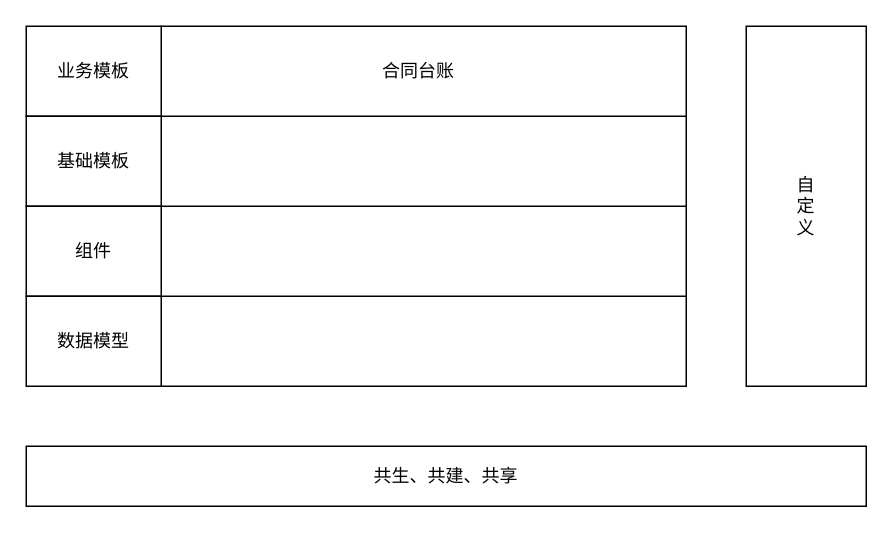
Before: 低——研究内容——生态市场.drawio in tangyaosimida/love, a draw.io diagram. Source tidied: cells renumbered, new cells numbered last; positions are measured from the earlier drawing's top-left corner, leaving out a move shared by most shapes. Both pictures are drawn from the tidied source at 150%, with x=0, y=0 at pixel (26, 26).
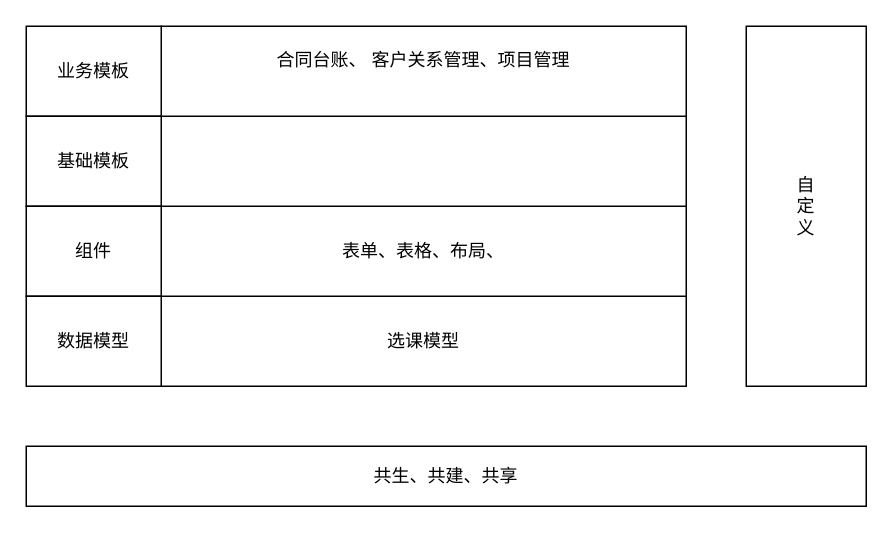
After the change.

Commit message (it also covers changes not shown here):
更新低——研究内容——生态市场.drawio

The edit, as a diff of the source:
```diff
@@
 <mxGraphModel>
   <root>
     <mxCell id="0" />
     <mxCell id="1" parent="0" />
-    <mxCell id="2" style="rounded=0;whiteSpace=wrap;html=1;" parent="1" vertex="1">
+    <mxCell id="2" value="选课模型" style="rounded=0;whiteSpace=wrap;html=1;" parent="1" vertex="1">
       <mxGeometry x="90" y="180" width="350" height="60" as="geometry" />
     </mxCell>
-    <mxCell id="3" style="rounded=0;whiteSpace=wrap;html=1;" parent="1" vertex="1">
+    <mxCell id="3" value="表单、表格、布局、" style="rounded=0;whiteSpace=wrap;html=1;" parent="1" vertex="1">
       <mxGeometry x="90" y="120" width="350" height="60" as="geometry" />
     </mxCell>
     <mxCell id="4" style="rounded=0;whiteSpace=wrap;html=1;" parent="1" vertex="1">
       <mxGeometry x="90" y="60" width="350" height="60" as="geometry" />
     </mxCell>
-    <mxCell id="5" value="合同台账&amp;nbsp;&amp;nbsp;" style="rounded=0;whiteSpace=wrap;html=1;" parent="1" vertex="1">
+    <mxCell id="5" value="合同台账、 客户关系管理、项目管理&lt;div&gt;&lt;span style=&quot;background-color: initial;&quot;&gt;&amp;nbsp;&amp;nbsp;&lt;/span&gt;&lt;/div&gt;" style="rounded=0;whiteSpace=wrap;html=1;" parent="1" vertex="1">
       <mxGeometry x="90" width="350" height="60" as="geometry" />
     </mxCell>
     <mxCell id="6" value="自&lt;div&gt;定&lt;/div&gt;&lt;div&gt;义&lt;/div&gt;" style="rounded=0;whiteSpace=wrap;html=1;" parent="1" vertex="1">
       <mxGeometry x="480" width="80" height="240" as="geometry" />
     </mxCell>
     <mxCell id="7" value="共生、共建、共享" style="rounded=0;whiteSpace=wrap;html=1;" parent="1" vertex="1">
       <mxGeometry y="280" width="560" height="40" as="geometry" />
     </mxCell>
     <mxCell id="8" value="业务模板" style="rounded=0;whiteSpace=wrap;html=1;" parent="1" vertex="1">
       <mxGeometry width="90" height="60" as="geometry" />
     </mxCell>
     <mxCell id="9" value="基础模板" style="rounded=0;whiteSpace=wrap;html=1;" parent="1" vertex="1">
       <mxGeometry y="60" width="90" height="60" as="geometry" />
     </mxCell>
     <mxCell id="10" value="组件" style="rounded=0;whiteSpace=wrap;html=1;" parent="1" vertex="1">
       <mxGeometry y="120" width="90" height="60" as="geometry" />
     </mxCell>
     <mxCell id="11" value="数据模型" style="rounded=0;whiteSpace=wrap;html=1;" parent="1" vertex="1">
       <mxGeometry y="180" width="90" height="60" as="geometry" />
     </mxCell>
   </root>
 </mxGraphModel>
```
